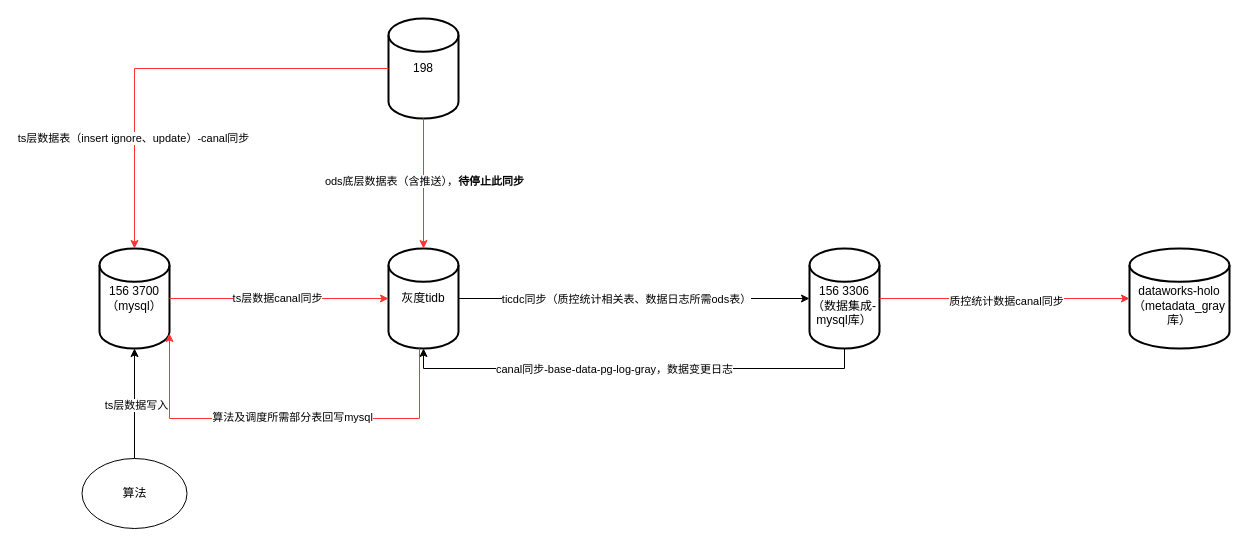
This is 灰度环境数据同步.drawio from liujiansgit/images-, a draw.io file, before an edit. Source tidied: cells renumbered, new cells numbered last; positions are measured from the earlier drawing's top-left corner, leaving out a move shared by most shapes. Both pictures are drawn from the tidied source at 100%, with x=0, y=0 at pixel (81, 18).
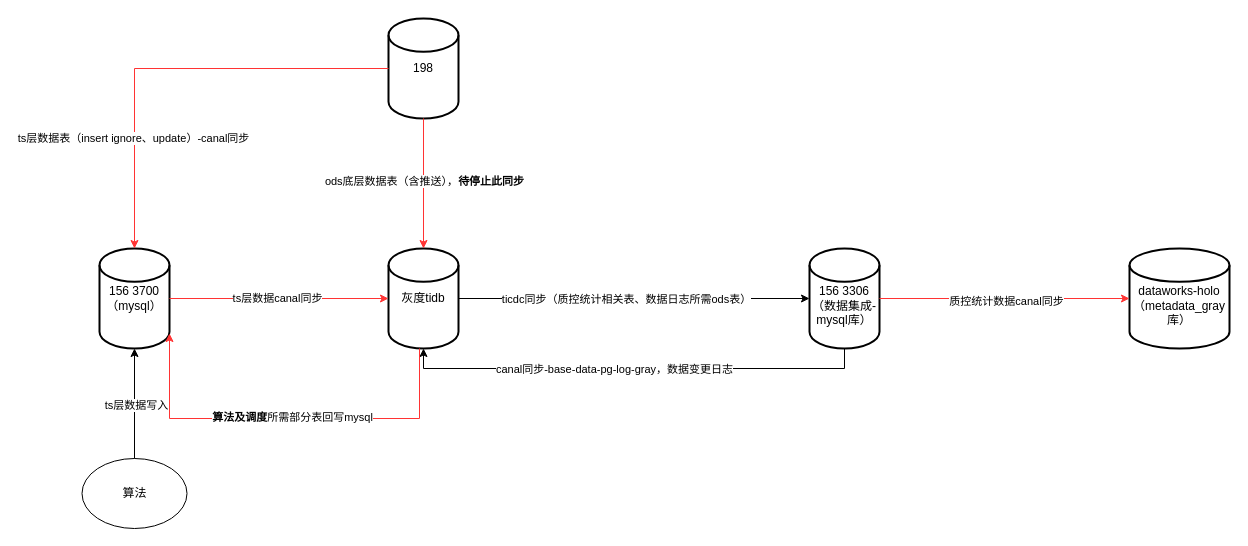
The same diagram, later.

Commit message:
更新灰度环境数据同步.drawio

Unchanged cells that the change refers to:
```xml
<mxCell id="22" style="edgeStyle=orthogonalEdgeStyle;rounded=0;jettySize=auto;html=1;entryX=1;entryY=0.85;entryDx=0;entryDy=0;entryPerimeter=0;strokeColor=#FF3333;" parent="1" edge="1" target="2">
  <mxGeometry relative="1" as="geometry">
    <mxPoint x="338" y="330" as="sourcePoint" />
    <Array as="points">
      <mxPoint x="338" y="400" />
      <mxPoint x="88" y="400" />
    </Array>
  </mxGeometry>
</mxCell>
```

Diff of the diagram source:
```diff
@@
-    <mxCell id="23" value="算法及调度所需部分表回写mysql" style="edgeLabel;html=1;align=center;verticalAlign=middle;" parent="22" vertex="1">
+    <mxCell id="23" value="&lt;b&gt;算法及调度&lt;/b&gt;所需部分表回写mysql" style="edgeLabel;html=1;align=center;verticalAlign=middle;" parent="22" vertex="1">
       <mxGeometry x="-0.02" y="-2" relative="1" as="geometry" />
     </mxCell>
```
